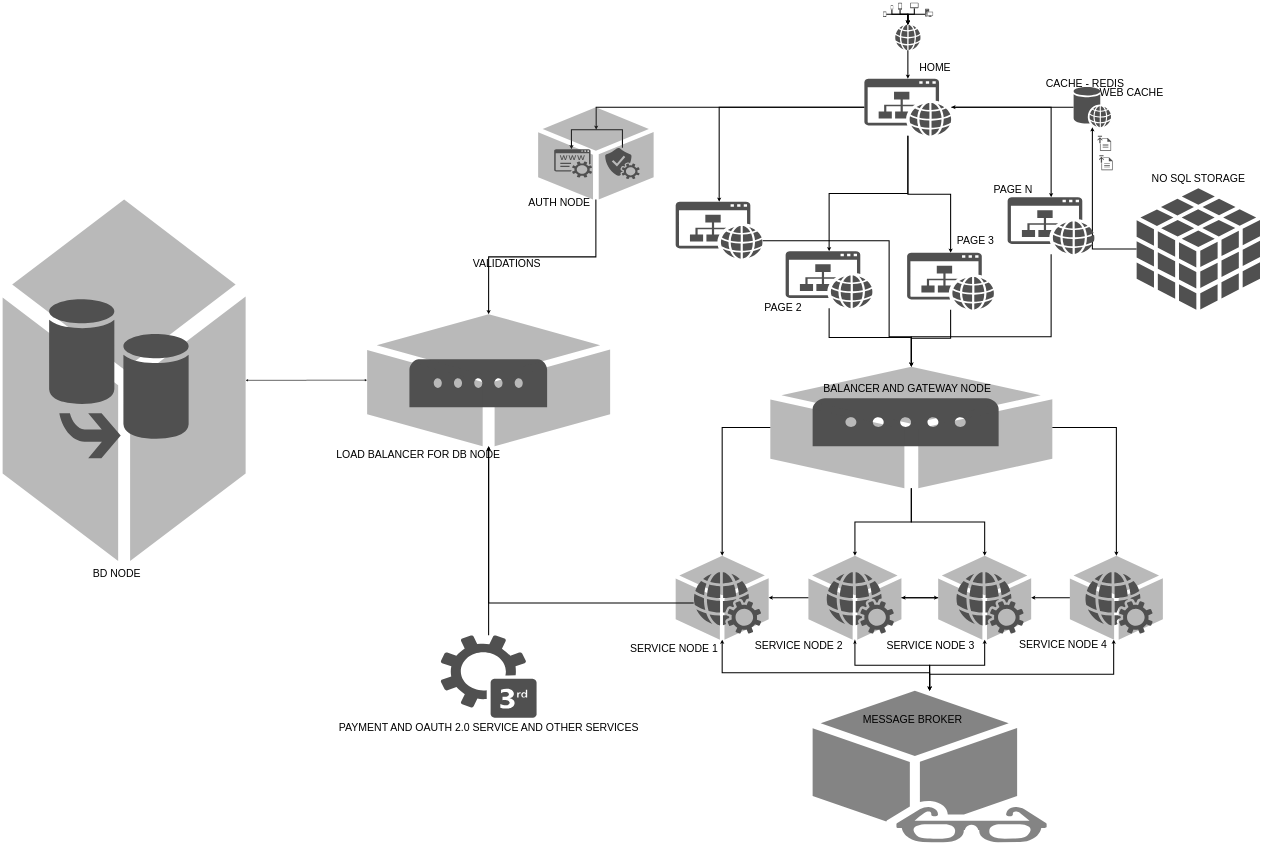
Above: E-commerce Platform/Docs/Arquichecture.drawio in SebastA-Dev/Feature-Projects (draw.io), before the change. Source tidied: cells renumbered, new cells numbered last; positions are measured from the earlier drawing's top-left corner, leaving out a move shared by most shapes. Both pictures are drawn from the tidied source at 15%, with x=0, y=0 at pixel (3, 3).
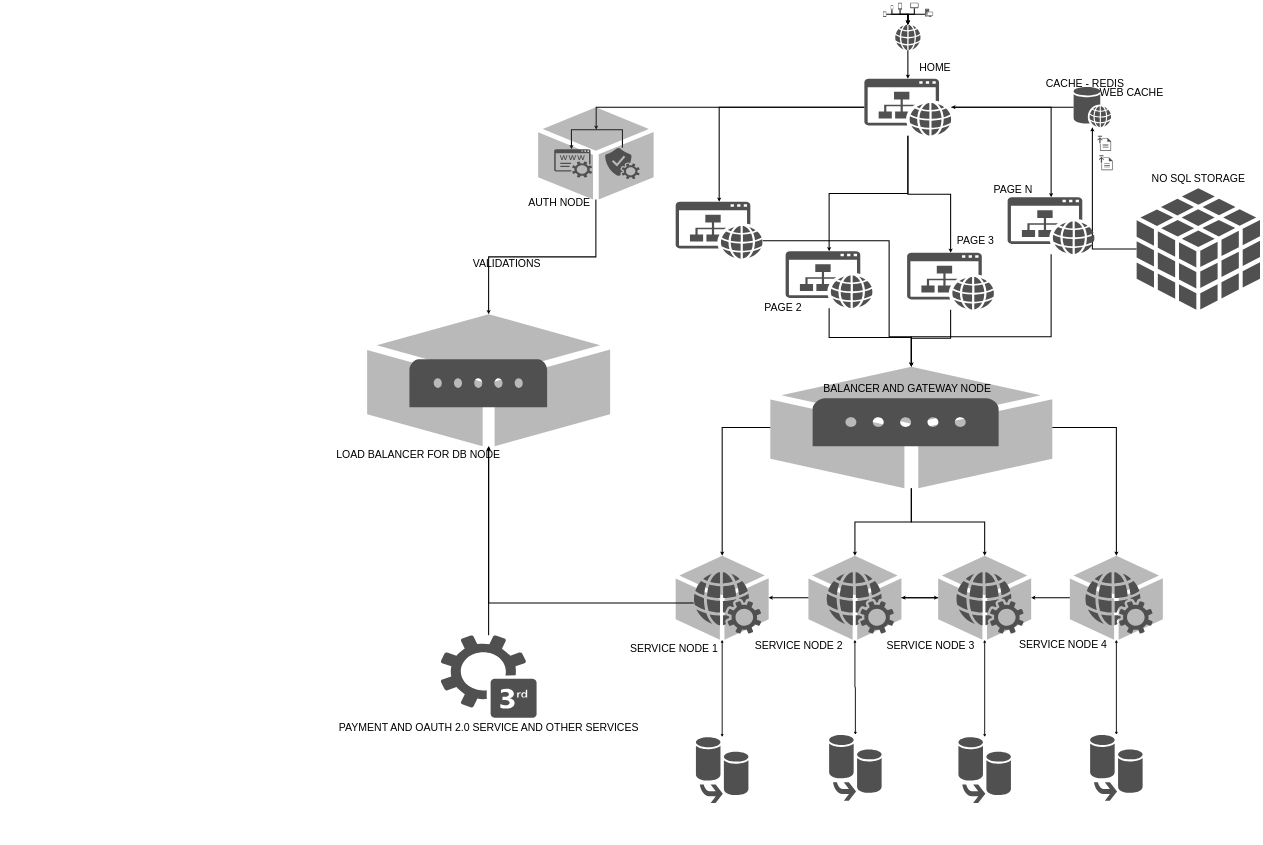
The same diagram, later.

Unchanged cells that the change refers to:
```xml
<mxCell id="3" style="sketch=0;shadow=0;dashed=0;html=1;strokeColor=none;fillColor=#505050;labelPosition=center;verticalLabelPosition=bottom;verticalAlign=top;outlineConnect=0;align=center;shape=mxgraph.office.concepts.node_generic;textOpacity=30;opacity=40;strokeWidth=7;fontSize=70;" parent="1" vertex="1">
  <mxGeometry x="4487" y="3687" width="620" height="560" as="geometry" />
</mxCell>
<mxCell id="38" style="sketch=0;shadow=0;dashed=0;html=1;strokeColor=none;fillColor=#505050;labelPosition=center;verticalLabelPosition=bottom;verticalAlign=top;outlineConnect=0;align=center;shape=mxgraph.office.concepts.node_generic;textOpacity=30;opacity=40;strokeWidth=7;fontSize=70;" parent="1" vertex="1">
  <mxGeometry x="5372" y="3687" width="620" height="560" as="geometry" />
</mxCell>
<mxCell id="42" style="sketch=0;shadow=0;dashed=0;html=1;strokeColor=none;fillColor=#505050;labelPosition=center;verticalLabelPosition=bottom;verticalAlign=top;outlineConnect=0;align=center;shape=mxgraph.office.concepts.node_generic;textOpacity=30;opacity=40;strokeWidth=7;fontSize=70;" parent="1" vertex="1">
  <mxGeometry x="6237" y="3687" width="620" height="560" as="geometry" />
</mxCell>
<mxCell id="46" style="sketch=0;shadow=0;dashed=0;html=1;strokeColor=none;fillColor=#505050;labelPosition=center;verticalLabelPosition=bottom;verticalAlign=top;outlineConnect=0;align=center;shape=mxgraph.office.concepts.node_generic;textOpacity=30;opacity=40;strokeWidth=7;fontSize=70;" parent="1" vertex="1">
  <mxGeometry x="7115" y="3687" width="620" height="560" as="geometry" />
</mxCell>
<mxCell id="67" style="sketch=0;shadow=0;dashed=0;html=1;strokeColor=none;fillColor=#505050;labelPosition=center;verticalLabelPosition=bottom;verticalAlign=top;outlineConnect=0;align=center;shape=mxgraph.office.concepts.node_generic;textOpacity=30;opacity=40;strokeWidth=7;fontSize=70;" parent="1" vertex="1">
  <mxGeometry x="2430" y="2077" width="1620" height="880" as="geometry" />
</mxCell>
```

The edit, as a diff of the source:
```diff
@@
-    <mxCell id="2" style="edgeStyle=orthogonalEdgeStyle;rounded=0;jettySize=auto;html=1;strokeWidth=7;startArrow=classic;startFill=1;fontSize=70;" parent="1" edge="1" source="3" target="69">
-      <mxGeometry relative="1" as="geometry">
-        <Array as="points">
-          <mxPoint x="4797" y="4467" />
-          <mxPoint x="6180" y="4467" />
-        </Array>
-      </mxGeometry>
-    </mxCell>
+    <mxCell id="88" style="edgeStyle=orthogonalEdgeStyle;rounded=0;jettySize=auto;html=1;strokeWidth=6;startArrow=classic;startFill=1;" parent="1" edge="1" source="3" target="92">
+      <mxGeometry relative="1" as="geometry" />
+    </mxCell>
@@
-    <mxCell id="37" style="edgeStyle=orthogonalEdgeStyle;rounded=0;jettySize=auto;html=1;strokeWidth=7;startArrow=classicThin;startFill=1;fontSize=70;" parent="1" edge="1" source="38" target="69">
-      <mxGeometry relative="1" as="geometry" />
-    </mxCell>
+    <mxCell id="89" style="edgeStyle=orthogonalEdgeStyle;rounded=0;jettySize=auto;html=1;strokeWidth=6;startArrow=classic;startFill=1;" parent="1" edge="1" source="38" target="93">
+      <mxGeometry relative="1" as="geometry" />
+    </mxCell>
@@
-    <mxCell id="41" style="edgeStyle=orthogonalEdgeStyle;rounded=0;jettySize=auto;html=1;strokeWidth=7;startArrow=classic;startFill=1;fontSize=70;" parent="1" edge="1" source="42" target="69">
-      <mxGeometry relative="1" as="geometry" />
-    </mxCell>
+    <mxCell id="90" style="edgeStyle=orthogonalEdgeStyle;rounded=0;jettySize=auto;html=1;strokeWidth=6;startArrow=classic;startFill=1;" parent="1" edge="1" source="42" target="94">
+      <mxGeometry relative="1" as="geometry" />
+    </mxCell>
@@
-    <mxCell id="45" style="edgeStyle=orthogonalEdgeStyle;rounded=0;jettySize=auto;html=1;strokeWidth=7;startArrow=classic;startFill=1;fontSize=70;" parent="1" edge="1" source="46" target="69">
-      <mxGeometry relative="1" as="geometry">
-        <Array as="points">
-          <mxPoint x="7407" y="4477" />
-          <mxPoint x="6180" y="4477" />
-        </Array>
-      </mxGeometry>
-    </mxCell>
+    <mxCell id="91" style="edgeStyle=orthogonalEdgeStyle;rounded=0;jettySize=auto;html=1;strokeWidth=6;startArrow=classic;startFill=1;" parent="1" edge="1" source="46" target="95">
+      <mxGeometry relative="1" as="geometry" />
+    </mxCell>
@@
-    <mxCell id="69" style="sketch=0;shadow=0;dashed=0;html=1;strokeColor=none;fillColor=#505050;labelPosition=center;verticalLabelPosition=bottom;verticalAlign=top;outlineConnect=0;align=center;shape=mxgraph.office.communications.watcher_node;fontSize=70;opacity=70;" parent="1" vertex="1">
-      <mxGeometry x="5400" y="4587" width="1560" height="1010" as="geometry" />
-    </mxCell>
-    <mxCell id="70" style="edgeStyle=orthogonalEdgeStyle;rounded=0;jettySize=auto;html=1;strokeWidth=4;startArrow=classic;startFill=1;fontSize=70;" parent="1" edge="1" source="71" target="67">
-      <mxGeometry relative="1" as="geometry" />
-    </mxCell>
-    <mxCell id="71" style="sketch=0;shadow=0;dashed=0;html=1;strokeColor=none;fillColor=#505050;labelPosition=center;verticalLabelPosition=bottom;verticalAlign=top;outlineConnect=0;align=center;shape=mxgraph.office.concepts.node_generic;textOpacity=30;opacity=40;strokeWidth=7;fontSize=70;" parent="1" vertex="1">
-      <mxGeometry y="1313" width="1620" height="2410" as="geometry" />
-    </mxCell>
-    <mxCell id="72" style="sketch=0;shadow=0;dashed=0;html=1;strokeColor=none;fillColor=#505050;labelPosition=center;verticalLabelPosition=bottom;verticalAlign=top;align=center;shape=mxgraph.office.databases.database_mirror;fontSize=70;" parent="1" vertex="1">
-      <mxGeometry x="310" y="1977" width="930" height="1060" as="geometry" />
-    </mxCell>
@@
-    <mxCell id="81" value="MESSAGE BROKER" style="text;html=1;align=center;verticalAlign=middle;strokeColor=none;fillColor=none;fontSize=70;strokeWidth=7;" parent="1" vertex="1">
-      <mxGeometry x="5720" y="4727" width="690" height="100" as="geometry" />
-    </mxCell>
@@
-    <mxCell id="84" value="BD NODE" style="text;html=1;align=center;verticalAlign=middle;strokeColor=none;fillColor=none;fontSize=70;strokeWidth=7;" parent="1" vertex="1">
-      <mxGeometry x="590" y="3752" width="340" height="100" as="geometry" />
-    </mxCell>
@@
+    <mxCell id="92" style="sketch=0;shadow=0;dashed=0;html=1;strokeColor=none;fillColor=#505050;labelPosition=center;verticalLabelPosition=bottom;verticalAlign=top;outlineConnect=0;align=center;shape=mxgraph.office.databases.database_mirror;" parent="1" vertex="1">
+      <mxGeometry x="4622" y="4897" width="350" height="439" as="geometry" />
+    </mxCell>
+    <mxCell id="93" style="sketch=0;shadow=0;dashed=0;html=1;strokeColor=none;fillColor=#505050;labelPosition=center;verticalLabelPosition=bottom;verticalAlign=top;outlineConnect=0;align=center;shape=mxgraph.office.databases.database_mirror;" parent="1" vertex="1">
+      <mxGeometry x="5510" y="4882" width="350" height="439" as="geometry" />
+    </mxCell>
+    <mxCell id="94" style="sketch=0;shadow=0;dashed=0;html=1;strokeColor=none;fillColor=#505050;labelPosition=center;verticalLabelPosition=bottom;verticalAlign=top;outlineConnect=0;align=center;shape=mxgraph.office.databases.database_mirror;" parent="1" vertex="1">
+      <mxGeometry x="6372" y="4897" width="350" height="439" as="geometry" />
+    </mxCell>
+    <mxCell id="95" style="sketch=0;shadow=0;dashed=0;html=1;strokeColor=none;fillColor=#505050;labelPosition=center;verticalLabelPosition=bottom;verticalAlign=top;outlineConnect=0;align=center;shape=mxgraph.office.databases.database_mirror;" parent="1" vertex="1">
+      <mxGeometry x="7250" y="4882" width="350" height="439" as="geometry" />
+    </mxCell>
```
